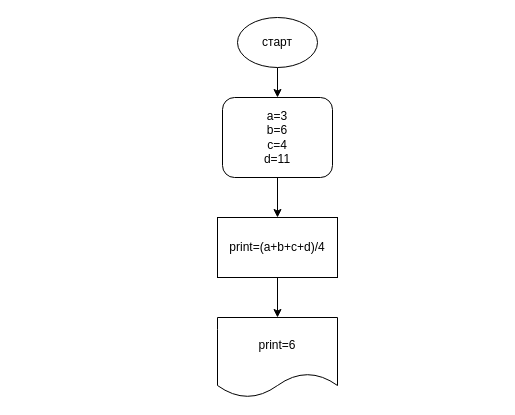
This is Untitled Diagram.drawio from GenaPlehanov/Test, a draw.io file, before an edit. Source tidied: cells renumbered, new cells numbered last; positions are measured from the earlier drawing's top-left corner, leaving out a move shared by most shapes. Both pictures are drawn from the tidied source at 100%, with x=0, y=0 at pixel (217, 17).
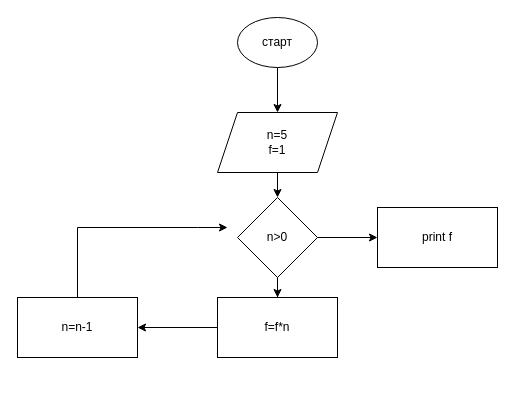
The same page after the edit.

Diff of the diagram source:
```diff
@@
 <mxGraphModel>
   <root>
     <mxCell id="0" />
     <mxCell id="1" parent="0" />
-    <mxCell id="2" style="edgeStyle=orthogonalEdgeStyle;rounded=0;jettySize=auto;html=1;" parent="1" edge="1" source="3" target="5">
-      <mxGeometry relative="1" as="geometry" />
-    </mxCell>
+    <mxCell id="9" style="edgeStyle=orthogonalEdgeStyle;rounded=0;jettySize=auto;html=1;" parent="1" edge="1" source="3" target="11">
+      <mxGeometry relative="1" as="geometry" />
+    </mxCell>
     <mxCell id="3" value="старт" style="ellipse;whiteSpace=wrap;html=1;" parent="1" vertex="1">
       <mxGeometry x="20" width="80" height="50" as="geometry" />
     </mxCell>
-    <mxCell id="4" style="edgeStyle=orthogonalEdgeStyle;rounded=0;jettySize=auto;html=1;" parent="1" edge="1" source="5" target="7">
-      <mxGeometry relative="1" as="geometry" />
-    </mxCell>
-    <mxCell id="5" value="&lt;br&gt;a=3&lt;br&gt;b=6&lt;br&gt;c=4&lt;br&gt;d=11&lt;br&gt;&lt;br&gt;" style="rounded=1;whiteSpace=wrap;html=1;" parent="1" vertex="1">
-      <mxGeometry x="5" y="80" width="110" height="80" as="geometry" />
-    </mxCell>
-    <mxCell id="6" style="edgeStyle=orthogonalEdgeStyle;rounded=0;jettySize=auto;html=1;" parent="1" edge="1" source="7" target="8">
-      <mxGeometry relative="1" as="geometry" />
-    </mxCell>
-    <mxCell id="7" value="print=(a+b+c+d)/4" style="rounded=0;whiteSpace=wrap;html=1;" parent="1" vertex="1">
-      <mxGeometry y="200" width="120" height="60" as="geometry" />
-    </mxCell>
-    <mxCell id="8" value="print=6" style="shape=document;whiteSpace=wrap;html=1;boundedLbl=1;" parent="1" vertex="1">
-      <mxGeometry y="300" width="120" height="80" as="geometry" />
-    </mxCell>
+    <mxCell id="10" style="edgeStyle=orthogonalEdgeStyle;rounded=0;jettySize=auto;html=1;" parent="1" edge="1" source="11" target="14">
+      <mxGeometry relative="1" as="geometry" />
+    </mxCell>
+    <mxCell id="11" value="n=5&lt;br&gt;f=1" style="shape=parallelogram;perimeter=parallelogramPerimeter;whiteSpace=wrap;html=1;fixedSize=1;" parent="1" vertex="1">
+      <mxGeometry y="95" width="120" height="60" as="geometry" />
+    </mxCell>
+    <mxCell id="12" style="edgeStyle=orthogonalEdgeStyle;rounded=0;jettySize=auto;html=1;" parent="1" edge="1" source="14" target="16">
+      <mxGeometry relative="1" as="geometry" />
+    </mxCell>
+    <mxCell id="13" style="edgeStyle=orthogonalEdgeStyle;rounded=0;jettySize=auto;html=1;" parent="1" edge="1" source="14" target="19">
+      <mxGeometry relative="1" as="geometry" />
+    </mxCell>
+    <mxCell id="14" value="n&amp;gt;0" style="rhombus;whiteSpace=wrap;html=1;" parent="1" vertex="1">
+      <mxGeometry x="20" y="180" width="80" height="80" as="geometry" />
+    </mxCell>
+    <mxCell id="15" style="edgeStyle=orthogonalEdgeStyle;rounded=0;jettySize=auto;html=1;" parent="1" edge="1" source="16" target="18">
+      <mxGeometry relative="1" as="geometry" />
+    </mxCell>
+    <mxCell id="16" value="f=f*n" style="whiteSpace=wrap;html=1;" parent="1" vertex="1">
+      <mxGeometry y="280" width="120" height="60" as="geometry" />
+    </mxCell>
+    <mxCell id="17" style="edgeStyle=orthogonalEdgeStyle;rounded=0;jettySize=auto;html=1;" parent="1" edge="1" source="18">
+      <mxGeometry relative="1" as="geometry">
+        <mxPoint x="10" y="210" as="targetPoint" />
+        <Array as="points">
+          <mxPoint x="-140" y="210" />
+          <mxPoint x="-20" y="210" />
+        </Array>
+      </mxGeometry>
+    </mxCell>
+    <mxCell id="18" value="n=n-1" style="whiteSpace=wrap;html=1;" parent="1" vertex="1">
+      <mxGeometry x="-200" y="280" width="120" height="60" as="geometry" />
+    </mxCell>
+    <mxCell id="19" value="print f" style="whiteSpace=wrap;html=1;" parent="1" vertex="1">
+      <mxGeometry x="160" y="190" width="120" height="60" as="geometry" />
+    </mxCell>
   </root>
 </mxGraphModel>
```
